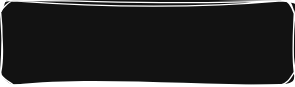
KhatsaevK/drawio keeps this draw.io diagram as test_2.drawio.svg. Above is the earlier version. Source tidied: cells renumbered, new cells last; positions are measured from the earlier drawing's top-left corner, leaving out a move shared by most shapes.
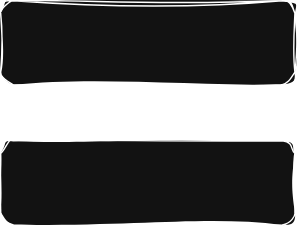
The same file after the commit.

Diff of the diagram source:
```diff
@@ -5,5 +5,8 @@
     <mxCell id="2" style="rounded=1;whiteSpace=wrap;html=1;sketch=1;hachureGap=4;jiggle=2;curveFitting=1;fontFamily=Times New Roman;" parent="1" vertex="1">
       <mxGeometry width="210" height="60" as="geometry" />
     </mxCell>
+    <mxCell id="3" style="rounded=1;whiteSpace=wrap;html=1;sketch=1;hachureGap=4;jiggle=2;curveFitting=1;fontFamily=Times New Roman;" parent="1" vertex="1">
+      <mxGeometry y="100" width="210" height="60" as="geometry" />
+    </mxCell>
   </root>
 </mxGraphModel>
```
